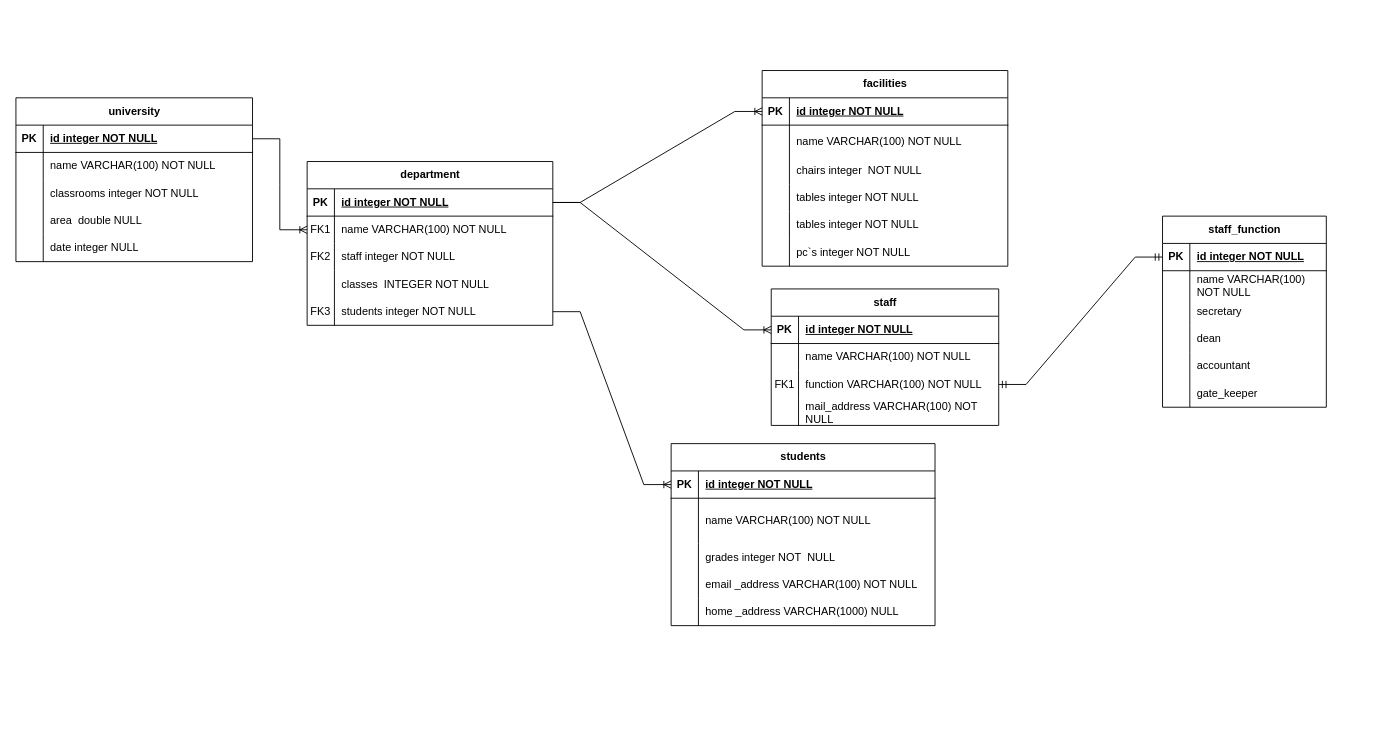
Celestin9/DataBase keeps this draw.io diagram as Untitled Diagram.drawio. Above is the earlier version. Source tidied: cells renumbered, new cells numbered last; positions are measured from the earlier drawing's top-left corner, leaving out a move shared by most shapes. Both pictures are drawn from the tidied source at 91%, with x=0, y=0 at pixel (15, 70).
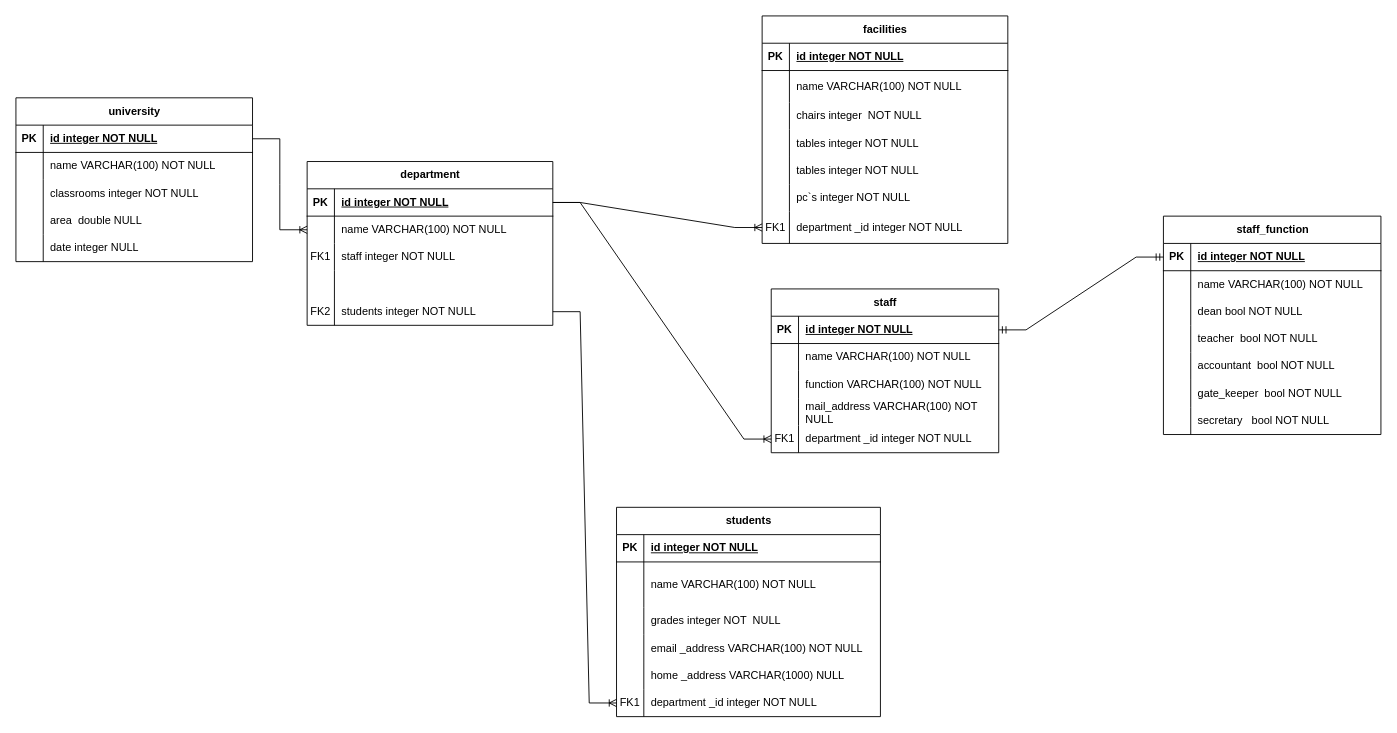
The same page after the edit.

The change refers to these unchanged cells:
```xml
<mxCell id="19" style="shape=tableRow;horizontal=0;startSize=0;swimlaneHead=0;swimlaneBody=0;fillColor=none;points=[[0,0.5],[1,0.5]];portConstraint=eastwest;top=0;left=0;right=0;bottom=1;" parent="18" vertex="1">
  <mxGeometry y="30" width="270" height="30" as="geometry" />
</mxCell>
<mxCell id="22" style="shape=tableRow;horizontal=0;startSize=0;swimlaneHead=0;swimlaneBody=0;fillColor=none;points=[[0,0.5],[1,0.5]];portConstraint=eastwest;top=0;left=0;right=0;bottom=0;" parent="18" vertex="1">
  <mxGeometry y="60" width="270" height="30" as="geometry" />
</mxCell>
<mxCell id="25" style="shape=tableRow;horizontal=0;startSize=0;swimlaneHead=0;swimlaneBody=0;fillColor=none;top=0;left=0;right=0;bottom=0;" parent="18" vertex="1">
  <mxGeometry y="90" width="270" height="30" as="geometry" />
</mxCell>
<mxCell id="28" style="shape=tableRow;horizontal=0;startSize=0;swimlaneHead=0;swimlaneBody=0;fillColor=none;top=0;left=0;right=0;bottom=0;" parent="18" vertex="1">
  <mxGeometry y="120" width="270" height="30" as="geometry" />
</mxCell>
<mxCell id="31" style="shape=tableRow;horizontal=0;startSize=0;swimlaneHead=0;swimlaneBody=0;fillColor=none;points=[[0,0.5],[1,0.5]];portConstraint=eastwest;top=0;left=0;right=0;bottom=0;" parent="18" vertex="1">
  <mxGeometry y="150" width="270" height="30" as="geometry" />
</mxCell>
<mxCell id="35" style="shape=tableRow;horizontal=0;startSize=0;swimlaneHead=0;swimlaneBody=0;fillColor=none;points=[[0,0.5],[1,0.5]];portConstraint=eastwest;top=0;left=0;right=0;bottom=1;" parent="34" vertex="1">
  <mxGeometry y="30" width="270" height="30" as="geometry" />
</mxCell>
<mxCell id="55" style="shape=tableRow;horizontal=0;startSize=0;swimlaneHead=0;swimlaneBody=0;fillColor=none;points=[[0,0.5],[1,0.5]];portConstraint=eastwest;top=0;left=0;right=0;bottom=1;" parent="54" vertex="1">
  <mxGeometry y="30" width="250" height="30" as="geometry" />
</mxCell>
<mxCell id="61" style="shape=tableRow;horizontal=0;startSize=0;swimlaneHead=0;swimlaneBody=0;fillColor=none;points=[[0,0.5],[1,0.5]];portConstraint=eastwest;top=0;left=0;right=0;bottom=0;" parent="54" vertex="1">
  <mxGeometry y="90" width="250" height="30" as="geometry" />
</mxCell>
<mxCell id="70" style="shape=tableRow;horizontal=0;startSize=0;swimlaneHead=0;swimlaneBody=0;fillColor=none;points=[[0,0.5],[1,0.5]];portConstraint=eastwest;top=0;left=0;right=0;bottom=1;" parent="69" vertex="1">
  <mxGeometry y="30" width="290" height="30" as="geometry" />
</mxCell>
```

Diff of the diagram source:
```diff
@@
-    <mxCell id="23" value="FK1" style="shape=partialRectangle;fillColor=none;top=0;left=0;bottom=0;right=0;overflow=hidden;whiteSpace=wrap;html=1;" parent="22" vertex="1">
+    <mxCell id="23" style="shape=partialRectangle;fillColor=none;top=0;left=0;bottom=0;right=0;overflow=hidden;whiteSpace=wrap;html=1;" parent="22" vertex="1">
       <mxGeometry width="30" height="30" as="geometry" />
     </mxCell>
@@
-    <mxCell id="26" value="FK2" style="shape=partialRectangle;fillColor=none;top=0;left=0;bottom=0;right=0;overflow=hidden;whiteSpace=wrap;html=1;" parent="25" vertex="1">
+    <mxCell id="26" value="FK1" style="shape=partialRectangle;fillColor=none;top=0;left=0;bottom=0;right=0;overflow=hidden;whiteSpace=wrap;html=1;" parent="25" vertex="1">
       <mxGeometry width="30" height="30" as="geometry" />
     </mxCell>
@@
-    <mxCell id="30" value="classes&amp;nbsp; INTEGER NOT NULL" style="shape=partialRectangle;fillColor=none;top=0;left=0;bottom=0;right=0;align=left;spacingLeft=6;overflow=hidden;whiteSpace=wrap;html=1;" parent="28" vertex="1">
+    <mxCell id="30" style="shape=partialRectangle;fillColor=none;top=0;left=0;bottom=0;right=0;align=left;spacingLeft=6;overflow=hidden;whiteSpace=wrap;html=1;" parent="28" vertex="1">
       <mxGeometry x="30" width="240" height="30" as="geometry" />
     </mxCell>
@@
-    <mxCell id="32" value="FK3" style="shape=partialRectangle;fillColor=none;top=0;left=0;bottom=0;right=0;overflow=hidden;whiteSpace=wrap;html=1;" parent="31" vertex="1">
+    <mxCell id="32" value="FK2" style="shape=partialRectangle;fillColor=none;top=0;left=0;bottom=0;right=0;overflow=hidden;whiteSpace=wrap;html=1;" parent="31" vertex="1">
       <mxGeometry width="30" height="30" as="geometry" />
     </mxCell>
@@
     <mxCell id="34" value="facilities" style="shape=table;startSize=30;childLayout=tableLayout;rowLines=0;fontStyle=1;align=center;html=1;" parent="1" vertex="1">
-      <mxGeometry x="820" width="270" height="215" as="geometry" />
+      <mxGeometry x="820" y="-60" width="270" height="250" as="geometry" />
     </mxCell>
@@
+    <mxCell id="106" style="shape=tableRow;horizontal=0;startSize=0;swimlaneHead=0;swimlaneBody=0;fillColor=none;points=[[0,0.5],[1,0.5]];portConstraint=eastwest;top=0;left=0;right=0;bottom=0;" parent="34" vertex="1">
+      <mxGeometry y="215" width="270" height="35" as="geometry" />
+    </mxCell>
+    <mxCell id="107" value="FK1" style="shape=partialRectangle;fillColor=none;top=0;left=0;bottom=0;right=0;overflow=hidden;whiteSpace=wrap;html=1;" parent="106" vertex="1">
+      <mxGeometry width="30" height="35" as="geometry" />
+    </mxCell>
+    <mxCell id="108" value="department _id integer NOT NULL" style="shape=partialRectangle;fillColor=none;top=0;left=0;bottom=0;right=0;align=left;spacingLeft=6;overflow=hidden;whiteSpace=wrap;html=1;" parent="106" vertex="1">
+      <mxGeometry x="30" width="240" height="35" as="geometry" />
+    </mxCell>
@@
     <mxCell id="54" value="staff" style="shape=table;startSize=30;childLayout=tableLayout;rowLines=0;fontStyle=1;align=center;html=1;" parent="1" vertex="1">
-      <mxGeometry x="830" y="240" width="250" height="150" as="geometry" />
+      <mxGeometry x="830" y="240" width="250" height="180" as="geometry" />
     </mxCell>
@@
-    <mxCell id="62" value="FK1" style="shape=partialRectangle;fillColor=none;top=0;left=0;bottom=0;right=0;overflow=hidden;whiteSpace=wrap;html=1;" parent="61" vertex="1">
+    <mxCell id="62" style="shape=partialRectangle;fillColor=none;top=0;left=0;bottom=0;right=0;overflow=hidden;whiteSpace=wrap;html=1;" parent="61" vertex="1">
       <mxGeometry width="30" height="30" as="geometry" />
     </mxCell>
@@
+    <mxCell id="109" style="shape=tableRow;horizontal=0;startSize=0;swimlaneHead=0;swimlaneBody=0;fillColor=none;points=[[0,0.5],[1,0.5]];portConstraint=eastwest;top=0;left=0;right=0;bottom=0;" parent="54" vertex="1">
+      <mxGeometry y="150" width="250" height="30" as="geometry" />
+    </mxCell>
+    <mxCell id="110" value="FK1" style="shape=partialRectangle;fillColor=none;top=0;left=0;bottom=0;right=0;overflow=hidden;whiteSpace=wrap;html=1;" parent="109" vertex="1">
+      <mxGeometry width="30" height="30" as="geometry" />
+    </mxCell>
+    <mxCell id="111" value="department _id integer NOT NULL" style="shape=partialRectangle;fillColor=none;top=0;left=0;bottom=0;right=0;align=left;spacingLeft=6;overflow=hidden;whiteSpace=wrap;html=1;" parent="109" vertex="1">
+      <mxGeometry x="30" width="220" height="30" as="geometry" />
+    </mxCell>
-    <mxCell id="67" style="edgeStyle=entityRelationEdgeStyle;fontSize=12;html=1;endArrow=ERoneToMany;rounded=0;exitX=1;exitY=0.5;exitDx=0;exitDy=0;entryX=0;entryY=0.5;entryDx=0;entryDy=0;" parent="1" edge="1" source="19" target="55">
+    <mxCell id="67" style="edgeStyle=entityRelationEdgeStyle;fontSize=12;html=1;endArrow=ERoneToMany;rounded=0;exitX=1;exitY=0.5;exitDx=0;exitDy=0;entryX=0;entryY=0.5;entryDx=0;entryDy=0;" parent="1" edge="1" source="19" target="109">
       <mxGeometry relative="1" as="geometry" />
     </mxCell>
-    <mxCell id="68" style="edgeStyle=entityRelationEdgeStyle;fontSize=12;html=1;endArrow=ERoneToMany;rounded=0;exitX=1;exitY=0.5;exitDx=0;exitDy=0;entryX=0;entryY=0.5;entryDx=0;entryDy=0;" parent="1" edge="1" source="19" target="35">
+    <mxCell id="68" style="edgeStyle=entityRelationEdgeStyle;fontSize=12;html=1;endArrow=ERoneToMany;rounded=0;exitX=1;exitY=0.5;exitDx=0;exitDy=0;entryX=0;entryY=0.5;entryDx=0;entryDy=0;" parent="1" edge="1" source="19" target="106">
       <mxGeometry relative="1" as="geometry" />
     </mxCell>
     <mxCell id="69" value="students" style="shape=table;startSize=30;childLayout=tableLayout;rowLines=0;fontStyle=1;align=center;html=1;" parent="1" vertex="1">
-      <mxGeometry x="720" y="410" width="290" height="200" as="geometry" />
+      <mxGeometry x="660" y="480" width="290" height="230" as="geometry" />
     </mxCell>
@@
+    <mxCell id="112" style="shape=tableRow;horizontal=0;startSize=0;swimlaneHead=0;swimlaneBody=0;fillColor=none;points=[[0,0.5],[1,0.5]];portConstraint=eastwest;top=0;left=0;right=0;bottom=0;" parent="69" vertex="1">
+      <mxGeometry y="200" width="290" height="30" as="geometry" />
+    </mxCell>
+    <mxCell id="113" value="FK1" style="shape=partialRectangle;fillColor=none;top=0;left=0;bottom=0;right=0;overflow=hidden;whiteSpace=wrap;html=1;" parent="112" vertex="1">
+      <mxGeometry width="30" height="30" as="geometry" />
+    </mxCell>
+    <mxCell id="114" value="department _id integer NOT NULL" style="shape=partialRectangle;fillColor=none;top=0;left=0;bottom=0;right=0;align=left;spacingLeft=6;overflow=hidden;whiteSpace=wrap;html=1;" parent="112" vertex="1">
+      <mxGeometry x="30" width="260" height="30" as="geometry" />
+    </mxCell>
-    <mxCell id="85" style="edgeStyle=entityRelationEdgeStyle;fontSize=12;html=1;endArrow=ERoneToMany;rounded=0;entryX=0;entryY=0.5;entryDx=0;entryDy=0;exitX=1;exitY=0.5;exitDx=0;exitDy=0;" parent="1" edge="1" source="31" target="70">
+    <mxCell id="85" style="edgeStyle=entityRelationEdgeStyle;fontSize=12;html=1;endArrow=ERoneToMany;rounded=0;entryX=0;entryY=0.5;entryDx=0;entryDy=0;exitX=1;exitY=0.5;exitDx=0;exitDy=0;" parent="1" edge="1" source="31" target="112">
       <mxGeometry relative="1" as="geometry">
         <Array as="points">
           <mxPoint x="660" y="410" />
           <mxPoint x="640" y="320" />
           <mxPoint x="640" y="360" />
         </Array>
       </mxGeometry>
     </mxCell>
     <mxCell id="86" value="staff_function" style="shape=table;startSize=30;childLayout=tableLayout;rowLines=0;fontStyle=1;align=center;html=1;" parent="1" vertex="1">
-      <mxGeometry x="1260" y="160" width="180" height="210" as="geometry" />
+      <mxGeometry x="1261" y="160" width="239" height="240" as="geometry" />
     </mxCell>
     <mxCell id="87" style="shape=tableRow;horizontal=0;startSize=0;swimlaneHead=0;swimlaneBody=0;fillColor=none;points=[[0,0.5],[1,0.5]];portConstraint=eastwest;top=0;left=0;right=0;bottom=1;" parent="86" vertex="1">
-      <mxGeometry y="30" width="180" height="30" as="geometry" />
+      <mxGeometry y="30" width="239" height="30" as="geometry" />
     </mxCell>
@@
     <mxCell id="89" value="id integer NOT NULL" style="shape=partialRectangle;fillColor=none;top=0;left=0;bottom=0;right=0;align=left;spacingLeft=6;fontStyle=5;overflow=hidden;whiteSpace=wrap;html=1;" parent="87" vertex="1">
-      <mxGeometry x="30" width="150" height="30" as="geometry" />
+      <mxGeometry x="30" width="209" height="30" as="geometry" />
     </mxCell>
     <mxCell id="90" style="shape=tableRow;horizontal=0;startSize=0;swimlaneHead=0;swimlaneBody=0;fillColor=none;top=0;left=0;right=0;bottom=0;" parent="86" vertex="1">
-      <mxGeometry y="60" width="180" height="30" as="geometry" />
+      <mxGeometry y="60" width="239" height="30" as="geometry" />
     </mxCell>
@@
     <mxCell id="92" value="name VARCHAR(100) NOT NULL" style="shape=partialRectangle;fillColor=none;top=0;left=0;bottom=0;right=0;align=left;spacingLeft=6;overflow=hidden;whiteSpace=wrap;html=1;" parent="90" vertex="1">
-      <mxGeometry x="30" width="150" height="30" as="geometry" />
+      <mxGeometry x="30" width="209" height="30" as="geometry" />
     </mxCell>
     <mxCell id="93" style="shape=tableRow;horizontal=0;startSize=0;swimlaneHead=0;swimlaneBody=0;fillColor=none;top=0;left=0;right=0;bottom=0;" parent="86" vertex="1">
-      <mxGeometry y="90" width="180" height="30" as="geometry" />
+      <mxGeometry y="90" width="239" height="30" as="geometry" />
     </mxCell>
@@
-    <mxCell id="95" value="secretary&amp;nbsp;" style="shape=partialRectangle;fillColor=none;top=0;left=0;bottom=0;right=0;align=left;spacingLeft=6;overflow=hidden;whiteSpace=wrap;html=1;" parent="93" vertex="1">
-      <mxGeometry x="30" width="150" height="30" as="geometry" />
+    <mxCell id="95" value="dean bool NOT NULL" style="shape=partialRectangle;fillColor=none;top=0;left=0;bottom=0;right=0;align=left;spacingLeft=6;overflow=hidden;whiteSpace=wrap;html=1;" parent="93" vertex="1">
+      <mxGeometry x="30" width="209" height="30" as="geometry" />
     </mxCell>
     <mxCell id="96" style="shape=tableRow;horizontal=0;startSize=0;swimlaneHead=0;swimlaneBody=0;fillColor=none;top=0;left=0;right=0;bottom=0;" parent="86" vertex="1">
-      <mxGeometry y="120" width="180" height="30" as="geometry" />
+      <mxGeometry y="120" width="239" height="30" as="geometry" />
     </mxCell>
@@
-    <mxCell id="98" value="dean&amp;nbsp;" style="shape=partialRectangle;fillColor=none;top=0;left=0;bottom=0;right=0;align=left;spacingLeft=6;overflow=hidden;whiteSpace=wrap;html=1;" parent="96" vertex="1">
-      <mxGeometry x="30" width="150" height="30" as="geometry" />
+    <mxCell id="98" value="teacher&amp;nbsp;&amp;nbsp;bool NOT NULL" style="shape=partialRectangle;fillColor=none;top=0;left=0;bottom=0;right=0;align=left;spacingLeft=6;overflow=hidden;whiteSpace=wrap;html=1;" parent="96" vertex="1">
+      <mxGeometry x="30" width="209" height="30" as="geometry" />
     </mxCell>
     <mxCell id="99" style="shape=tableRow;horizontal=0;startSize=0;swimlaneHead=0;swimlaneBody=0;fillColor=none;top=0;left=0;right=0;bottom=0;" parent="86" vertex="1">
-      <mxGeometry y="150" width="180" height="30" as="geometry" />
+      <mxGeometry y="150" width="239" height="30" as="geometry" />
     </mxCell>
@@
-    <mxCell id="101" value="accountant" style="shape=partialRectangle;fillColor=none;top=0;left=0;bottom=0;right=0;align=left;spacingLeft=6;overflow=hidden;whiteSpace=wrap;html=1;" parent="99" vertex="1">
-      <mxGeometry x="30" width="150" height="30" as="geometry" />
+    <mxCell id="101" value="accountant&amp;nbsp;&amp;nbsp;bool NOT NULL" style="shape=partialRectangle;fillColor=none;top=0;left=0;bottom=0;right=0;align=left;spacingLeft=6;overflow=hidden;whiteSpace=wrap;html=1;" parent="99" vertex="1">
+      <mxGeometry x="30" width="209" height="30" as="geometry" />
     </mxCell>
     <mxCell id="102" style="shape=tableRow;horizontal=0;startSize=0;swimlaneHead=0;swimlaneBody=0;fillColor=none;top=0;left=0;right=0;bottom=0;" parent="86" vertex="1">
-      <mxGeometry y="180" width="180" height="30" as="geometry" />
+      <mxGeometry y="180" width="239" height="30" as="geometry" />
     </mxCell>
@@
-    <mxCell id="104" value="gate_keeper" style="shape=partialRectangle;fillColor=none;top=0;left=0;bottom=0;right=0;align=left;spacingLeft=6;overflow=hidden;whiteSpace=wrap;html=1;" parent="102" vertex="1">
-      <mxGeometry x="30" width="150" height="30" as="geometry" />
+    <mxCell id="104" value="gate_keeper&amp;nbsp;&amp;nbsp;bool NOT NULL" style="shape=partialRectangle;fillColor=none;top=0;left=0;bottom=0;right=0;align=left;spacingLeft=6;overflow=hidden;whiteSpace=wrap;html=1;" parent="102" vertex="1">
+      <mxGeometry x="30" width="209" height="30" as="geometry" />
     </mxCell>
+    <mxCell id="115" style="shape=tableRow;horizontal=0;startSize=0;swimlaneHead=0;swimlaneBody=0;fillColor=none;top=0;left=0;right=0;bottom=0;" parent="86" vertex="1">
+      <mxGeometry y="210" width="239" height="30" as="geometry" />
+    </mxCell>
+    <mxCell id="116" style="shape=partialRectangle;fillColor=none;top=0;left=0;bottom=0;right=0;overflow=hidden;whiteSpace=wrap;html=1;" parent="115" vertex="1">
+      <mxGeometry width="30" height="30" as="geometry" />
+    </mxCell>
+    <mxCell id="117" value="secretary&amp;nbsp;&amp;nbsp;&amp;nbsp;bool NOT NULL" style="shape=partialRectangle;fillColor=none;top=0;left=0;bottom=0;right=0;align=left;spacingLeft=6;overflow=hidden;whiteSpace=wrap;html=1;" parent="115" vertex="1">
+      <mxGeometry x="30" width="209" height="30" as="geometry" />
+    </mxCell>
-    <mxCell id="105" style="edgeStyle=entityRelationEdgeStyle;fontSize=12;html=1;endArrow=ERmandOne;startArrow=ERmandOne;rounded=0;exitX=1;exitY=0.5;exitDx=0;exitDy=0;" parent="1" edge="1" source="61" target="87">
+    <mxCell id="105" style="edgeStyle=entityRelationEdgeStyle;fontSize=12;html=1;endArrow=ERmandOne;startArrow=ERmandOne;rounded=0;exitX=1;exitY=0.5;exitDx=0;exitDy=0;" parent="1" edge="1" source="55" target="87">
       <mxGeometry relative="1" as="geometry" />
     </mxCell>
```
